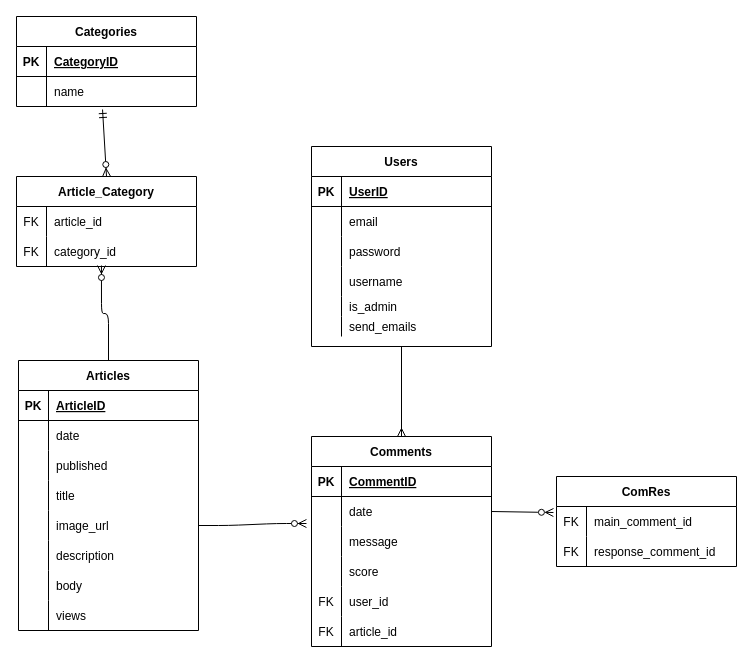
PulidoLuciano/LucianoPulido keeps this draw.io diagram as Documentation/RMForum.drawio. Above is the earlier version. Source tidied: cells renumbered, new cells numbered last; positions are measured from the earlier drawing's top-left corner, leaving out a move shared by most shapes. Both pictures are drawn from the tidied source at 100%, with x=0, y=0 at pixel (16, 16).
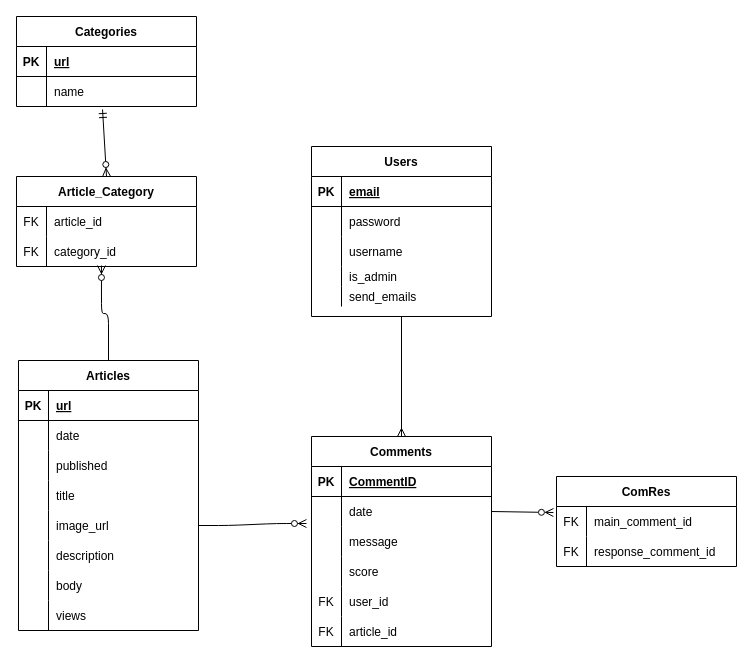
The same page after the edit.

Commit message:
Update relational model

The change refers to these unchanged cells:
```xml
<mxCell id="22" style="shape=tableRow;horizontal=0;startSize=0;swimlaneHead=0;swimlaneBody=0;fillColor=none;top=0;left=0;right=0;bottom=1;" parent="21" vertex="1">
  <mxGeometry y="30" width="180" height="30" as="geometry" />
</mxCell>
<mxCell id="47" style="shape=tableRow;horizontal=0;startSize=0;swimlaneHead=0;swimlaneBody=0;fillColor=none;top=0;left=0;right=0;bottom=1;" parent="46" vertex="1">
  <mxGeometry y="30" width="180" height="30" as="geometry" />
</mxCell>
<mxCell id="66" style="shape=tableRow;horizontal=0;startSize=0;swimlaneHead=0;swimlaneBody=0;fillColor=none;top=0;left=0;right=0;bottom=1;" parent="65" vertex="1">
  <mxGeometry y="30" width="180" height="30" as="geometry" />
</mxCell>
```

The edit, as a diff of the source:
```diff
@@
-    <mxCell id="24" value="ArticleID" style="shape=partialRectangle;fillColor=none;top=0;left=0;bottom=0;right=0;align=left;spacingLeft=6;fontStyle=5;overflow=hidden;" parent="22" vertex="1">
+    <mxCell id="24" value="url" style="shape=partialRectangle;fillColor=none;top=0;left=0;bottom=0;right=0;align=left;spacingLeft=6;fontStyle=5;overflow=hidden;" parent="22" vertex="1">
       <mxGeometry x="30" width="150" height="30" as="geometry" />
     </mxCell>
@@
     <mxCell id="46" value="Users" style="shape=table;startSize=30;childLayout=tableLayout;rowLines=0;fontStyle=1;align=center;" parent="1" vertex="1">
-      <mxGeometry x="295" y="130" width="180" height="200" as="geometry" />
+      <mxGeometry x="295" y="130" width="180" height="170" as="geometry" />
     </mxCell>
@@
-    <mxCell id="49" value="UserID" style="shape=partialRectangle;fillColor=none;top=0;left=0;bottom=0;right=0;align=left;spacingLeft=6;fontStyle=5;overflow=hidden;" parent="47" vertex="1">
+    <mxCell id="49" value="email" style="shape=partialRectangle;fillColor=none;top=0;left=0;bottom=0;right=0;align=left;spacingLeft=6;fontStyle=5;overflow=hidden;" parent="47" vertex="1">
       <mxGeometry x="30" width="150" height="30" as="geometry" />
     </mxCell>
-    <mxCell id="50" style="shape=tableRow;horizontal=0;startSize=0;swimlaneHead=0;swimlaneBody=0;fillColor=none;top=0;left=0;right=0;bottom=0;" parent="46" vertex="1">
-      <mxGeometry y="60" width="180" height="30" as="geometry" />
-    </mxCell>
-    <mxCell id="51" style="shape=partialRectangle;fillColor=none;top=0;left=0;bottom=0;right=0;overflow=hidden;" parent="50" vertex="1">
-      <mxGeometry width="30" height="30" as="geometry" />
-    </mxCell>
-    <mxCell id="52" value="email" style="shape=partialRectangle;fillColor=none;top=0;left=0;bottom=0;right=0;align=left;spacingLeft=6;overflow=hidden;" parent="50" vertex="1">
-      <mxGeometry x="30" width="150" height="30" as="geometry" />
-    </mxCell>
     <mxCell id="53" style="shape=tableRow;horizontal=0;startSize=0;swimlaneHead=0;swimlaneBody=0;fillColor=none;top=0;left=0;right=0;bottom=0;" parent="46" vertex="1">
-      <mxGeometry y="90" width="180" height="30" as="geometry" />
+      <mxGeometry y="60" width="180" height="30" as="geometry" />
     </mxCell>
@@
     <mxCell id="56" style="shape=tableRow;horizontal=0;startSize=0;swimlaneHead=0;swimlaneBody=0;fillColor=none;top=0;left=0;right=0;bottom=0;" parent="46" vertex="1">
-      <mxGeometry y="120" width="180" height="30" as="geometry" />
+      <mxGeometry y="90" width="180" height="30" as="geometry" />
     </mxCell>
@@
     <mxCell id="59" style="shape=tableRow;horizontal=0;startSize=0;swimlaneHead=0;swimlaneBody=0;fillColor=none;top=0;left=0;right=0;bottom=0;" parent="46" vertex="1">
-      <mxGeometry y="150" width="180" height="20" as="geometry" />
+      <mxGeometry y="120" width="180" height="20" as="geometry" />
     </mxCell>
@@
     <mxCell id="62" style="shape=tableRow;horizontal=0;startSize=0;swimlaneHead=0;swimlaneBody=0;fillColor=none;top=0;left=0;right=0;bottom=0;" parent="46" vertex="1">
-      <mxGeometry y="170" width="180" height="20" as="geometry" />
+      <mxGeometry y="140" width="180" height="20" as="geometry" />
     </mxCell>
@@
-    <mxCell id="68" value="CategoryID" style="shape=partialRectangle;fillColor=none;top=0;left=0;bottom=0;right=0;align=left;spacingLeft=6;fontStyle=5;overflow=hidden;" parent="66" vertex="1">
+    <mxCell id="68" value="url" style="shape=partialRectangle;fillColor=none;top=0;left=0;bottom=0;right=0;align=left;spacingLeft=6;fontStyle=5;overflow=hidden;" parent="66" vertex="1">
       <mxGeometry x="30" width="150" height="30" as="geometry" />
     </mxCell>
```
